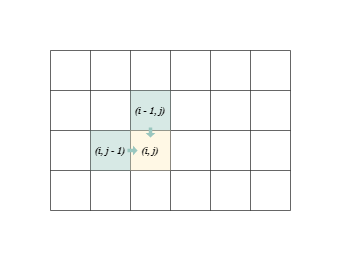
Before: ta.png, a diagram exported from draw.io (Ryu204/Picture). Source tidied: cells renumbered, new cells last; positions are measured from the earlier drawing's top-left corner, leaving out a move shared by most shapes.
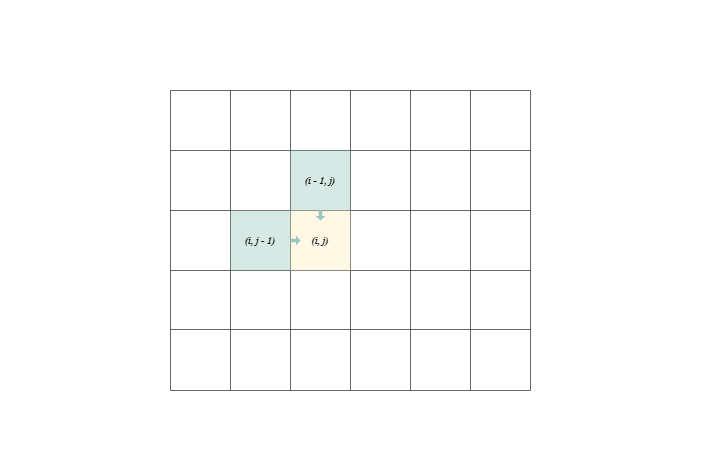
Later version of the same file.

What changed in the source:
```diff
@@ -3,106 +3,130 @@
     <mxCell id="0" />
     <mxCell id="1" parent="0" />
     <mxCell id="2" style="shape=table;html=1;whiteSpace=wrap;startSize=0;strokeColor=#00000099;fontFamily=Times New Roman;fontSize=33;fillColor=none;" parent="1" vertex="1">
-      <mxGeometry width="240" height="160" as="geometry" />
+      <mxGeometry x="-120" y="-80" width="360" height="300" as="geometry" />
     </mxCell>
     <mxCell id="3" style="shape=tableRow;horizontal=0;startSize=0;swimlaneHead=0;swimlaneBody=0;top=0;left=0;bottom=0;right=0;fillColor=none;strokeColor=#000000;fontFamily=Times New Roman;fontSize=33;" parent="2" vertex="1">
-      <mxGeometry width="240" height="40" as="geometry" />
+      <mxGeometry width="360" height="60" as="geometry" />
     </mxCell>
     <mxCell id="4" value="&lt;font style=&quot;font-size: 10px; line-height: 0.3;&quot;&gt;&lt;br&gt;&lt;/font&gt;" style="shape=partialRectangle;html=1;whiteSpace=wrap;fillColor=none;top=0;left=0;bottom=0;right=0;overflow=hidden;strokeColor=#000000;fontFamily=Times New Roman;fontSize=33;" parent="3" vertex="1">
-      <mxGeometry width="40" height="40" as="geometry" />
+      <mxGeometry width="60" height="60" as="geometry" />
     </mxCell>
     <mxCell id="5" style="shape=partialRectangle;html=1;whiteSpace=wrap;fillColor=none;top=0;left=0;bottom=0;right=0;overflow=hidden;strokeColor=#000000;fontFamily=Times New Roman;fontSize=33;" parent="3" vertex="1">
-      <mxGeometry x="40" width="40" height="40" as="geometry" />
+      <mxGeometry x="60" width="60" height="60" as="geometry" />
     </mxCell>
     <mxCell id="6" style="shape=partialRectangle;html=1;whiteSpace=wrap;fillColor=none;top=0;left=0;bottom=0;right=0;overflow=hidden;strokeColor=#000000;fontFamily=Times New Roman;fontSize=33;" parent="3" vertex="1">
-      <mxGeometry x="80" width="40" height="40" as="geometry" />
+      <mxGeometry x="120" width="60" height="60" as="geometry" />
     </mxCell>
     <mxCell id="7" style="shape=partialRectangle;html=1;whiteSpace=wrap;fillColor=none;top=0;left=0;bottom=0;right=0;overflow=hidden;strokeColor=#000000;fontFamily=Times New Roman;fontSize=33;" parent="3" vertex="1">
-      <mxGeometry x="120" width="40" height="40" as="geometry" />
+      <mxGeometry x="180" width="60" height="60" as="geometry" />
     </mxCell>
     <mxCell id="8" style="shape=partialRectangle;html=1;whiteSpace=wrap;fillColor=none;top=0;left=0;bottom=0;right=0;overflow=hidden;strokeColor=#000000;fontFamily=Times New Roman;fontSize=33;" parent="3" vertex="1">
-      <mxGeometry x="160" width="40" height="40" as="geometry" />
+      <mxGeometry x="240" width="60" height="60" as="geometry" />
     </mxCell>
     <mxCell id="9" style="shape=partialRectangle;html=1;whiteSpace=wrap;fillColor=none;top=0;left=0;bottom=0;right=0;overflow=hidden;strokeColor=#000000;fontFamily=Times New Roman;fontSize=33;" parent="3" vertex="1">
-      <mxGeometry x="200" width="40" height="40" as="geometry" />
+      <mxGeometry x="300" width="60" height="60" as="geometry" />
     </mxCell>
     <mxCell id="10" style="shape=tableRow;horizontal=0;startSize=0;swimlaneHead=0;swimlaneBody=0;top=0;left=0;bottom=0;right=0;fillColor=none;strokeColor=#000000;fontFamily=Times New Roman;fontSize=33;" parent="2" vertex="1">
-      <mxGeometry y="40" width="240" height="40" as="geometry" />
+      <mxGeometry y="60" width="360" height="60" as="geometry" />
     </mxCell>
     <mxCell id="11" style="shape=partialRectangle;html=1;whiteSpace=wrap;fillColor=none;top=0;left=0;bottom=0;right=0;overflow=hidden;strokeColor=#000000;fontFamily=Times New Roman;fontSize=33;" parent="10" vertex="1">
-      <mxGeometry width="40" height="40" as="geometry" />
+      <mxGeometry width="60" height="60" as="geometry" />
     </mxCell>
     <mxCell id="12" style="shape=partialRectangle;html=1;whiteSpace=wrap;fillColor=none;top=0;left=0;bottom=0;right=0;overflow=hidden;strokeColor=default;fontFamily=Times New Roman;fontSize=33;fillOpacity=50;" parent="10" vertex="1">
-      <mxGeometry x="40" width="40" height="40" as="geometry" />
+      <mxGeometry x="60" width="60" height="60" as="geometry" />
     </mxCell>
     <mxCell id="13" style="shape=partialRectangle;html=1;whiteSpace=wrap;fillColor=#9AC7BF;top=0;left=0;bottom=0;right=0;overflow=hidden;strokeColor=#000000;fontFamily=Times New Roman;fontSize=33;fillOpacity=40;" parent="10" vertex="1">
-      <mxGeometry x="80" width="40" height="40" as="geometry" />
+      <mxGeometry x="120" width="60" height="60" as="geometry" />
     </mxCell>
     <mxCell id="14" style="shape=partialRectangle;html=1;whiteSpace=wrap;fillColor=none;top=0;left=0;bottom=0;right=0;overflow=hidden;strokeColor=#000000;fontFamily=Times New Roman;fontSize=33;" parent="10" vertex="1">
-      <mxGeometry x="120" width="40" height="40" as="geometry" />
+      <mxGeometry x="180" width="60" height="60" as="geometry" />
     </mxCell>
     <mxCell id="15" style="shape=partialRectangle;html=1;whiteSpace=wrap;fillColor=none;top=0;left=0;bottom=0;right=0;overflow=hidden;strokeColor=#000000;fontFamily=Times New Roman;fontSize=33;" parent="10" vertex="1">
-      <mxGeometry x="160" width="40" height="40" as="geometry" />
+      <mxGeometry x="240" width="60" height="60" as="geometry" />
     </mxCell>
     <mxCell id="16" style="shape=partialRectangle;html=1;whiteSpace=wrap;fillColor=none;top=0;left=0;bottom=0;right=0;overflow=hidden;strokeColor=#000000;fontFamily=Times New Roman;fontSize=33;" parent="10" vertex="1">
-      <mxGeometry x="200" width="40" height="40" as="geometry" />
+      <mxGeometry x="300" width="60" height="60" as="geometry" />
     </mxCell>
     <mxCell id="17" style="shape=tableRow;horizontal=0;startSize=0;swimlaneHead=0;swimlaneBody=0;top=0;left=0;bottom=0;right=0;fillColor=none;strokeColor=#000000;fontFamily=Times New Roman;fontSize=33;fillOpacity=56;" parent="2" vertex="1">
-      <mxGeometry y="80" width="240" height="40" as="geometry" />
+      <mxGeometry y="120" width="360" height="60" as="geometry" />
     </mxCell>
     <mxCell id="18" style="shape=partialRectangle;html=1;whiteSpace=wrap;fillColor=none;top=0;left=0;bottom=0;right=0;overflow=hidden;strokeColor=#000000;fontFamily=Times New Roman;fontSize=33;strokeOpacity=100;fillOpacity=50;" parent="17" vertex="1">
-      <mxGeometry width="40" height="40" as="geometry" />
+      <mxGeometry width="60" height="60" as="geometry" />
     </mxCell>
     <mxCell id="19" style="shape=partialRectangle;html=1;whiteSpace=wrap;fillColor=#9AC7BF;top=0;left=0;bottom=0;right=0;overflow=hidden;strokeColor=#000000;fontFamily=Times New Roman;fontSize=33;fillOpacity=40;strokeOpacity=100;" parent="17" vertex="1">
-      <mxGeometry x="40" width="40" height="40" as="geometry" />
+      <mxGeometry x="60" width="60" height="60" as="geometry" />
     </mxCell>
     <mxCell id="20" style="shape=partialRectangle;html=1;whiteSpace=wrap;fillColor=#fff2cc;top=0;left=0;bottom=0;right=0;overflow=hidden;strokeColor=#d6b656;fontFamily=Times New Roman;fontSize=33;fillOpacity=50;" parent="17" vertex="1">
-      <mxGeometry x="80" width="40" height="40" as="geometry" />
+      <mxGeometry x="120" width="60" height="60" as="geometry" />
     </mxCell>
     <mxCell id="21" style="shape=partialRectangle;html=1;whiteSpace=wrap;fillColor=none;top=0;left=0;bottom=0;right=0;overflow=hidden;strokeColor=#000000;fontFamily=Times New Roman;fontSize=33;" parent="17" vertex="1">
-      <mxGeometry x="120" width="40" height="40" as="geometry" />
+      <mxGeometry x="180" width="60" height="60" as="geometry" />
     </mxCell>
     <mxCell id="22" style="shape=partialRectangle;html=1;whiteSpace=wrap;fillColor=none;top=0;left=0;bottom=0;right=0;overflow=hidden;strokeColor=#000000;fontFamily=Times New Roman;fontSize=33;" parent="17" vertex="1">
-      <mxGeometry x="160" width="40" height="40" as="geometry" />
+      <mxGeometry x="240" width="60" height="60" as="geometry" />
     </mxCell>
     <mxCell id="23" style="shape=partialRectangle;html=1;whiteSpace=wrap;fillColor=none;top=0;left=0;bottom=0;right=0;overflow=hidden;strokeColor=#000000;fontFamily=Times New Roman;fontSize=33;" parent="17" vertex="1">
-      <mxGeometry x="200" width="40" height="40" as="geometry" />
+      <mxGeometry x="300" width="60" height="60" as="geometry" />
     </mxCell>
     <mxCell id="24" style="shape=tableRow;horizontal=0;startSize=0;swimlaneHead=0;swimlaneBody=0;top=0;left=0;bottom=0;right=0;fillColor=none;strokeColor=#000000;fontFamily=Times New Roman;fontSize=33;" parent="2" vertex="1">
-      <mxGeometry y="120" width="240" height="40" as="geometry" />
+      <mxGeometry y="180" width="360" height="59" as="geometry" />
     </mxCell>
     <mxCell id="25" style="shape=partialRectangle;html=1;whiteSpace=wrap;fillColor=none;top=0;left=0;bottom=0;right=0;overflow=hidden;strokeColor=#000000;fontFamily=Times New Roman;fontSize=33;" parent="24" vertex="1">
-      <mxGeometry width="40" height="40" as="geometry" />
+      <mxGeometry width="60" height="59" as="geometry" />
     </mxCell>
     <mxCell id="26" style="shape=partialRectangle;html=1;whiteSpace=wrap;fillColor=none;top=0;left=0;bottom=0;right=0;overflow=hidden;strokeColor=#000000;fontFamily=Times New Roman;fontSize=33;" parent="24" vertex="1">
-      <mxGeometry x="40" width="40" height="40" as="geometry" />
+      <mxGeometry x="60" width="60" height="59" as="geometry" />
     </mxCell>
     <mxCell id="27" style="shape=partialRectangle;html=1;whiteSpace=wrap;fillColor=none;top=0;left=0;bottom=0;right=0;overflow=hidden;strokeColor=#000000;fontFamily=Times New Roman;fontSize=33;" parent="24" vertex="1">
-      <mxGeometry x="80" width="40" height="40" as="geometry" />
+      <mxGeometry x="120" width="60" height="59" as="geometry" />
     </mxCell>
     <mxCell id="28" style="shape=partialRectangle;html=1;whiteSpace=wrap;fillColor=none;top=0;left=0;bottom=0;right=0;overflow=hidden;strokeColor=#000000;fontFamily=Times New Roman;fontSize=33;" parent="24" vertex="1">
-      <mxGeometry x="120" width="40" height="40" as="geometry" />
+      <mxGeometry x="180" width="60" height="59" as="geometry" />
     </mxCell>
     <mxCell id="29" style="shape=partialRectangle;html=1;whiteSpace=wrap;fillColor=none;top=0;left=0;bottom=0;right=0;overflow=hidden;strokeColor=#000000;fontFamily=Times New Roman;fontSize=33;" parent="24" vertex="1">
-      <mxGeometry x="160" width="40" height="40" as="geometry" />
+      <mxGeometry x="240" width="60" height="59" as="geometry" />
     </mxCell>
     <mxCell id="30" style="shape=partialRectangle;html=1;whiteSpace=wrap;fillColor=none;top=0;left=0;bottom=0;right=0;overflow=hidden;strokeColor=#000000;fontFamily=Times New Roman;fontSize=33;" parent="24" vertex="1">
-      <mxGeometry x="200" width="40" height="40" as="geometry" />
+      <mxGeometry x="300" width="60" height="59" as="geometry" />
     </mxCell>
+    <mxCell id="36" style="shape=tableRow;horizontal=0;startSize=0;swimlaneHead=0;swimlaneBody=0;top=0;left=0;bottom=0;right=0;fillColor=none;strokeColor=#000000;fontFamily=Times New Roman;fontSize=33;" parent="2" vertex="1">
+      <mxGeometry y="239" width="360" height="61" as="geometry" />
+    </mxCell>
+    <mxCell id="37" style="shape=partialRectangle;html=1;whiteSpace=wrap;fillColor=none;top=0;left=0;bottom=0;right=0;overflow=hidden;strokeColor=#000000;fontFamily=Times New Roman;fontSize=33;" parent="36" vertex="1">
+      <mxGeometry width="60" height="61" as="geometry" />
+    </mxCell>
+    <mxCell id="38" style="shape=partialRectangle;html=1;whiteSpace=wrap;fillColor=none;top=0;left=0;bottom=0;right=0;overflow=hidden;strokeColor=#000000;fontFamily=Times New Roman;fontSize=33;" parent="36" vertex="1">
+      <mxGeometry x="60" width="60" height="61" as="geometry" />
+    </mxCell>
+    <mxCell id="39" style="shape=partialRectangle;html=1;whiteSpace=wrap;fillColor=none;top=0;left=0;bottom=0;right=0;overflow=hidden;strokeColor=#000000;fontFamily=Times New Roman;fontSize=33;" parent="36" vertex="1">
+      <mxGeometry x="120" width="60" height="61" as="geometry" />
+    </mxCell>
+    <mxCell id="40" style="shape=partialRectangle;html=1;whiteSpace=wrap;fillColor=none;top=0;left=0;bottom=0;right=0;overflow=hidden;strokeColor=#000000;fontFamily=Times New Roman;fontSize=33;" parent="36" vertex="1">
+      <mxGeometry x="180" width="60" height="61" as="geometry" />
+    </mxCell>
+    <mxCell id="41" style="shape=partialRectangle;html=1;whiteSpace=wrap;fillColor=none;top=0;left=0;bottom=0;right=0;overflow=hidden;strokeColor=#000000;fontFamily=Times New Roman;fontSize=33;" parent="36" vertex="1">
+      <mxGeometry x="240" width="60" height="61" as="geometry" />
+    </mxCell>
+    <mxCell id="42" style="shape=partialRectangle;html=1;whiteSpace=wrap;fillColor=none;top=0;left=0;bottom=0;right=0;overflow=hidden;strokeColor=#000000;fontFamily=Times New Roman;fontSize=33;" parent="36" vertex="1">
+      <mxGeometry x="300" width="60" height="61" as="geometry" />
+    </mxCell>
     <mxCell id="31" value="&lt;font style=&quot;font-size: 10px;&quot;&gt;(i, j - 1)&lt;/font&gt;" style="shape=ext;double=1;rounded=0;whiteSpace=wrap;html=1;strokeColor=none;fontFamily=Times New Roman;fontSize=10;fillColor=none;fontStyle=3;" parent="1" vertex="1">
-      <mxGeometry x="40" y="80" width="40" height="40" as="geometry" />
+      <mxGeometry x="-60" y="40" width="60" height="60" as="geometry" />
     </mxCell>
     <mxCell id="32" style="shape=singleArrow;whiteSpace=wrap;html=1;strokeColor=none;fontFamily=Times New Roman;fontSize=13;fillColor=#9AC7BF;arrowWidth=0.36841976768092194;arrowSize=0.4540343167489027;direction=south;" parent="1" vertex="1">
-      <mxGeometry x="95" y="77" width="10" height="10" as="geometry" />
+      <mxGeometry x="25" y="40" width="10" height="10" as="geometry" />
     </mxCell>
     <mxCell id="33" value="&lt;font style=&quot;font-size: 10px;&quot;&gt;(i, j)&lt;/font&gt;" style="shape=ext;double=1;rounded=0;whiteSpace=wrap;html=1;strokeColor=none;fontFamily=Times New Roman;fontSize=10;fillColor=none;fontStyle=3;" parent="1" vertex="1">
-      <mxGeometry x="80" y="80" width="40" height="40" as="geometry" />
+      <mxGeometry y="40" width="60" height="60" as="geometry" />
     </mxCell>
     <mxCell id="34" value="&lt;font style=&quot;font-size: 10px;&quot;&gt;(i - 1, j)&lt;/font&gt;" style="shape=ext;double=1;rounded=0;whiteSpace=wrap;html=1;strokeColor=none;fontFamily=Times New Roman;fontSize=10;fillColor=none;fontStyle=3;" parent="1" vertex="1">
-      <mxGeometry x="80" y="40" width="40" height="40" as="geometry" />
+      <mxGeometry y="-20" width="60" height="60" as="geometry" />
     </mxCell>
     <mxCell id="35" style="shape=singleArrow;whiteSpace=wrap;html=1;strokeColor=none;fontFamily=Times New Roman;fontSize=13;fillColor=#9AC7BF;arrowWidth=0.36841976768092194;arrowSize=0.4540343167489027;direction=east;" parent="1" vertex="1">
-      <mxGeometry x="77" y="95" width="10" height="10" as="geometry" />
+      <mxGeometry y="65" width="10" height="10" as="geometry" />
     </mxCell>
+    <mxCell id="43" style="shape=ext;double=1;rounded=0;whiteSpace=wrap;html=1;strokeColor=none;fontFamily=Times New Roman;fontSize=10;fillColor=none;" parent="1" vertex="1">
+      <mxGeometry x="-240" y="-120" width="600" height="360" as="geometry" />
+    </mxCell>
   </root>
 </mxGraphModel>
```
